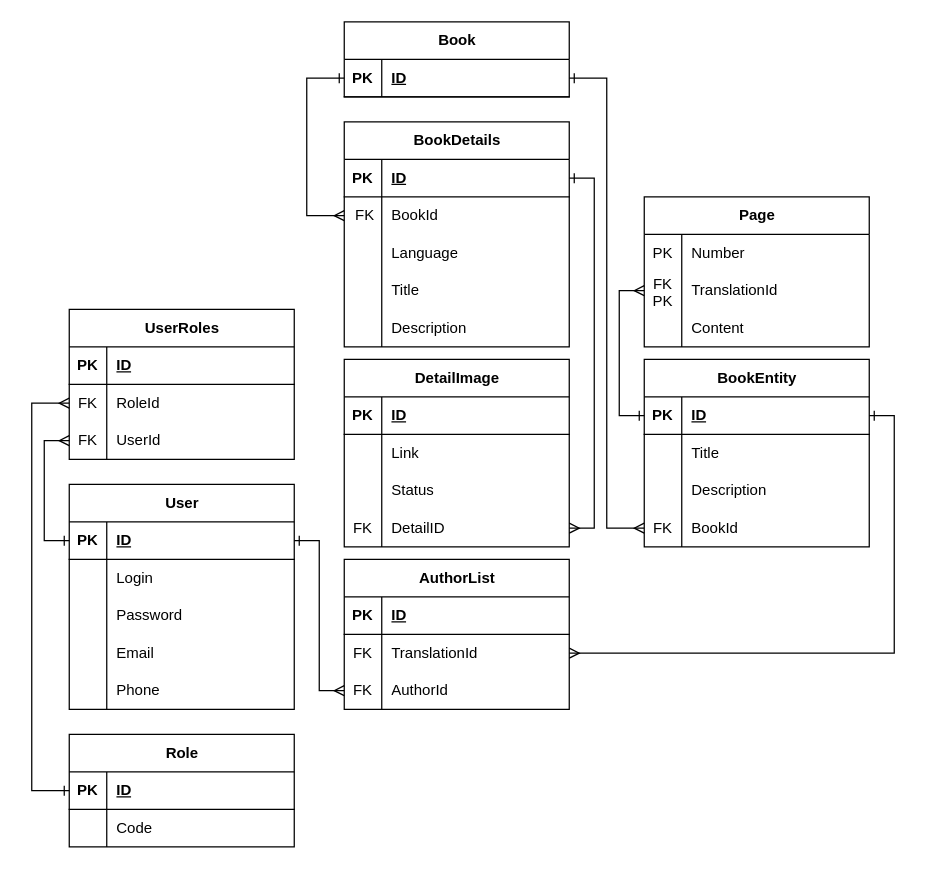
The draw.io diagram page "V-1" (1 of 2) of public/database/LogModelBR.drawio in RhodeionRX/BookReader_API, before the edit. Source tidied: cells renumbered, new cells numbered last; positions are measured from the earlier drawing's top-left corner, leaving out a move shared by most shapes. Both pictures are drawn from the tidied source at 125%, with x=0, y=0 at pixel (31, 21).
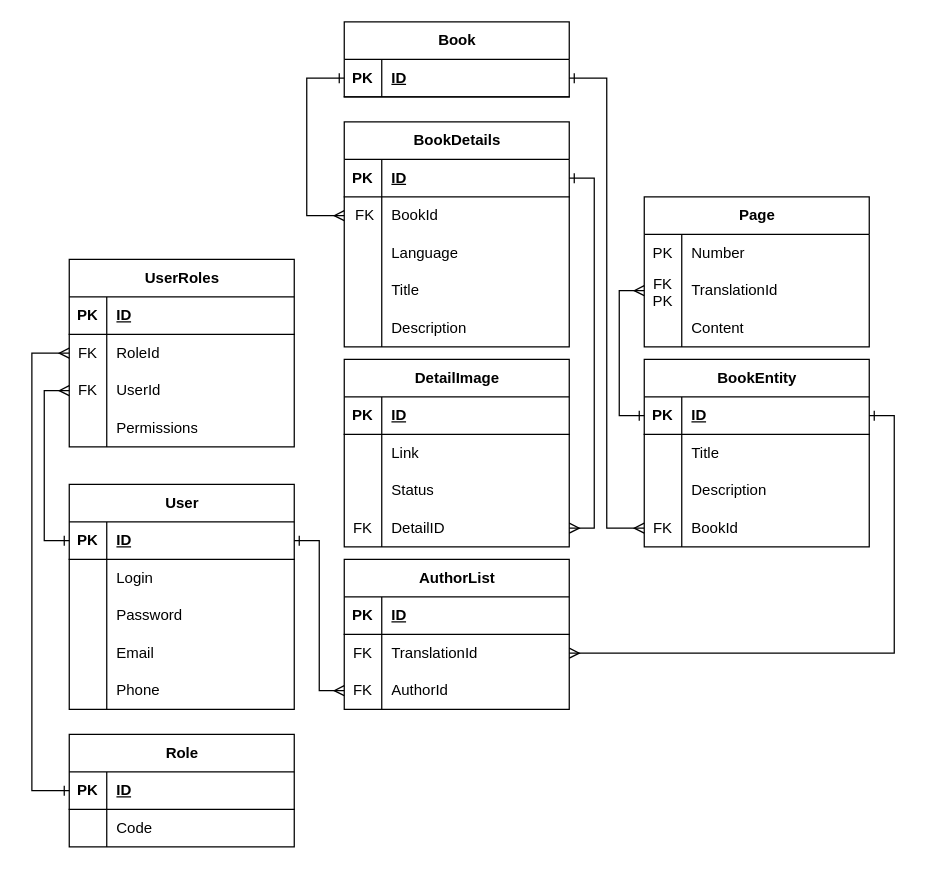
The same diagram, later.

The change refers to these unchanged cells:
```xml
<mxCell id="48" style="shape=tableRow;horizontal=0;startSize=0;swimlaneHead=0;swimlaneBody=0;fillColor=none;points=[[0,0.5],[1,0.5]];portConstraint=eastwest;top=0;left=0;right=0;bottom=1;" parent="47" vertex="1">
  <mxGeometry y="30" width="180" height="30" as="geometry" />
</mxCell>
<mxCell id="58" style="shape=tableRow;horizontal=0;startSize=0;swimlaneHead=0;swimlaneBody=0;fillColor=none;points=[[0,0.5],[1,0.5]];portConstraint=eastwest;top=0;left=0;right=0;bottom=0;" parent="54" vertex="1">
  <mxGeometry y="60" width="180" height="30" as="geometry" />
</mxCell>
```

The edit, as a diff of the source:
```diff
@@
     <mxCell id="54" value="UserRoles" style="shape=table;startSize=30;childLayout=tableLayout;rowLines=0;fontStyle=1;align=center;html=1;" parent="1" vertex="1">
-      <mxGeometry x="29.9" y="230" width="180" height="120" as="geometry" />
+      <mxGeometry x="29.9" y="190" width="180" height="150" as="geometry" />
     </mxCell>
@@
+    <mxCell id="109" style="shape=tableRow;horizontal=0;startSize=0;swimlaneHead=0;swimlaneBody=0;fillColor=none;top=0;left=0;right=0;bottom=0;" parent="54" vertex="1">
+      <mxGeometry y="120" width="180" height="30" as="geometry" />
+    </mxCell>
+    <mxCell id="110" style="shape=partialRectangle;fillColor=none;top=0;left=0;bottom=0;right=0;overflow=hidden;whiteSpace=wrap;html=1;" parent="109" vertex="1">
+      <mxGeometry width="30" height="30" as="geometry" />
+    </mxCell>
+    <mxCell id="111" value="Permissions" style="shape=partialRectangle;fillColor=none;top=0;left=0;bottom=0;right=0;align=left;spacingLeft=6;overflow=hidden;whiteSpace=wrap;html=1;" parent="109" vertex="1">
+      <mxGeometry x="30" width="150" height="30" as="geometry" />
+    </mxCell>
     <mxCell id="64" style="edgeStyle=orthogonalEdgeStyle;rounded=0;jettySize=auto;html=1;endArrow=ERmany;endFill=0;startArrow=ERone;startFill=0;exitX=0;exitY=0.5;exitDx=0;exitDy=0;entryX=0;entryY=0.5;entryDx=0;entryDy=0;" parent="1" edge="1" source="48" target="58">
       <mxGeometry relative="1" as="geometry">
         <Array as="points">
-          <mxPoint x="-0.1" y="615" />
-          <mxPoint x="-0.1" y="305" />
+          <mxPoint y="615" />
+          <mxPoint y="265" />
         </Array>
       </mxGeometry>
     </mxCell>
```
